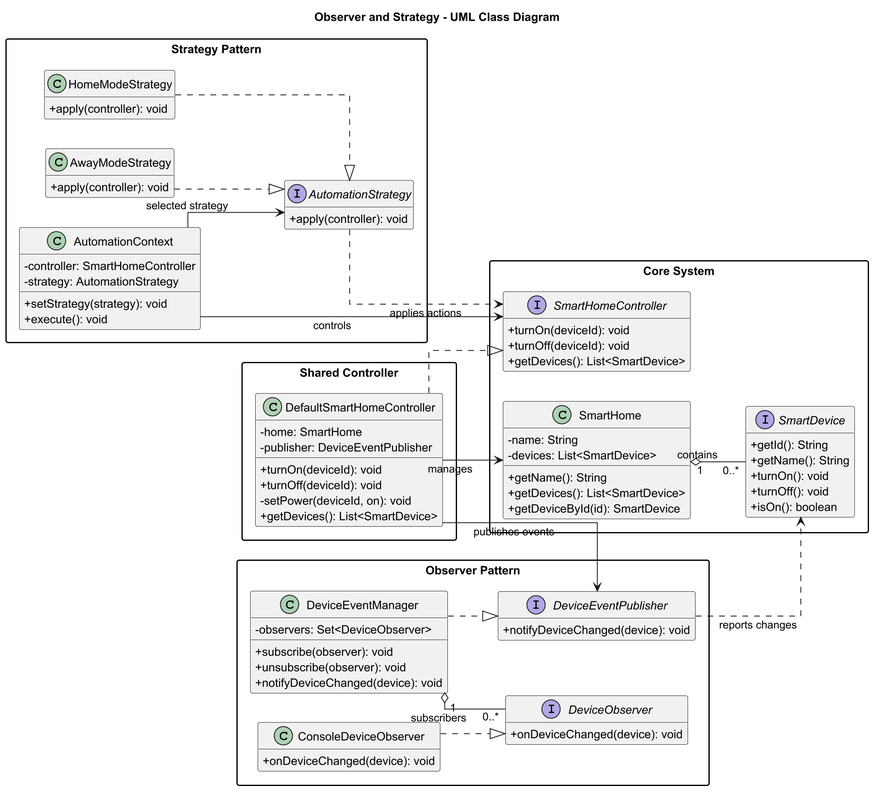
Madi-Musa/Smart-home-automation keeps this PlantUML diagram as docs/uml/observer-strategy-uml.png. Above is the earlier version. The source it was exported from:
```plantuml
@startuml

title Observer and Strategy - UML Class Diagram

left to right direction
scale 2

skinparam classAttributeIconSize 0
skinparam packageStyle rectangle
skinparam linetype ortho
hide empty members

package "Core System" {

    interface SmartDevice {
        +getId(): String
        +getName(): String
        +turnOn(): void
        +turnOff(): void
        +isOn(): boolean
    }

    class SmartHome {
        -name: String
        -devices: List<SmartDevice>
        +getName(): String
        +getDevices(): List<SmartDevice>
        +getDeviceById(id): SmartDevice
    }

    interface SmartHomeController {
        +turnOn(deviceId): void
        +turnOff(deviceId): void
        +getDevices(): List<SmartDevice>
    }
}

package "Observer Pattern" {

    interface DeviceObserver {
        +onDeviceChanged(device): void
    }

    interface DeviceEventPublisher {
        +notifyDeviceChanged(device): void
    }

    class DeviceEventManager {
        -observers: Set<DeviceObserver>
        +subscribe(observer): void
        +unsubscribe(observer): void
        +notifyDeviceChanged(device): void
    }

    class ConsoleDeviceObserver {
        +onDeviceChanged(device): void
    }
}

package "Shared Controller" {

    class DefaultSmartHomeController {
        -home: SmartHome
        -publisher: DeviceEventPublisher
        +turnOn(deviceId): void
        +turnOff(deviceId): void
        -setPower(deviceId, on): void
        +getDevices(): List<SmartDevice>
    }
}

package "Strategy Pattern" {

    interface AutomationStrategy {
        +apply(controller): void
    }

    class HomeModeStrategy {
        +apply(controller): void
    }

    class AwayModeStrategy {
        +apply(controller): void
    }

    class AutomationContext {
        -controller: SmartHomeController
        -strategy: AutomationStrategy
        +setStrategy(strategy): void
        +execute(): void
    }
}

SmartHome "1" o-- "0..*" SmartDevice : contains

DeviceEventManager ..|> DeviceEventPublisher
ConsoleDeviceObserver ..|> DeviceObserver

DeviceEventManager "1" o-- "0..*" DeviceObserver : subscribers

DefaultSmartHomeController ..|> SmartHomeController

DefaultSmartHomeController --> SmartHome : manages
DefaultSmartHomeController --> DeviceEventPublisher : publishes events

DeviceEventPublisher ..> SmartDevice : reports changes

HomeModeStrategy ..|> AutomationStrategy
AwayModeStrategy ..|> AutomationStrategy

AutomationContext --> AutomationStrategy : selected strategy
AutomationContext --> SmartHomeController : controls

AutomationStrategy ..> SmartHomeController : applies actions

@enduml
```
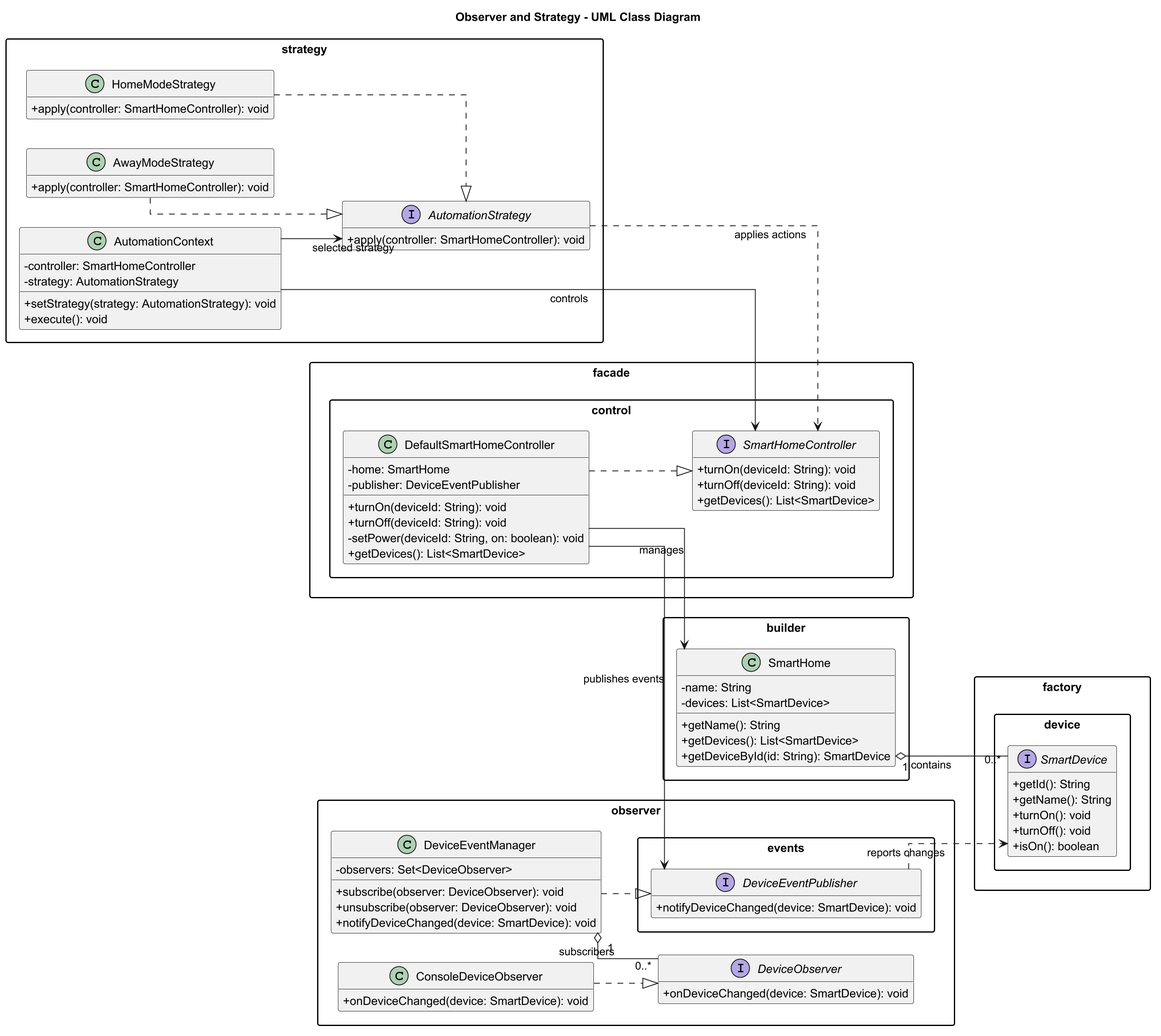
Later version of the same file.

Change to the diagram source:
```diff
@@ -10,100 +10,116 @@
 skinparam linetype ortho
 hide empty members
 
-package "Core System" {
+package "factory" {
 
-    interface SmartDevice {
-        +getId(): String
-        +getName(): String
-        +turnOn(): void
-        +turnOff(): void
-        +isOn(): boolean
+    package "device" {
+
+        interface SmartDevice {
+            +getId(): String
+            +getName(): String
+            +turnOn(): void
+            +turnOff(): void
+            +isOn(): boolean
+        }
     }
+}
+
+package "builder" {
 
     class SmartHome {
         -name: String
         -devices: List<SmartDevice>
         +getName(): String
         +getDevices(): List<SmartDevice>
-        +getDeviceById(id): SmartDevice
-    }
-
-    interface SmartHomeController {
-        +turnOn(deviceId): void
-        +turnOff(deviceId): void
-        +getDevices(): List<SmartDevice>
+        +getDeviceById(id: String): SmartDevice
     }
 }
 
-package "Observer Pattern" {
+package "facade" {
+
+    package "control" {
+
+        interface SmartHomeController {
+            +turnOn(deviceId: String): void
+            +turnOff(deviceId: String): void
+            +getDevices(): List<SmartDevice>
+        }
+
+        class DefaultSmartHomeController {
+            -home: SmartHome
+            -publisher: DeviceEventPublisher
+            +turnOn(deviceId: String): void
+            +turnOff(deviceId: String): void
+            -setPower(deviceId: String, on: boolean): void
+            +getDevices(): List<SmartDevice>
+        }
+    }
+}
+
+package "observer" {
 
     interface DeviceObserver {
-        +onDeviceChanged(device): void
-    }
-
-    interface DeviceEventPublisher {
-        +notifyDeviceChanged(device): void
+        +onDeviceChanged(device: SmartDevice): void
     }
 
     class DeviceEventManager {
         -observers: Set<DeviceObserver>
-        +subscribe(observer): void
-        +unsubscribe(observer): void
-        +notifyDeviceChanged(device): void
+        +subscribe(observer: DeviceObserver): void
+        +unsubscribe(observer: DeviceObserver): void
+        +notifyDeviceChanged(device: SmartDevice): void
     }
 
     class ConsoleDeviceObserver {
-        +onDeviceChanged(device): void
+        +onDeviceChanged(device: SmartDevice): void
+    }
+
+    package "events" {
+
+        interface DeviceEventPublisher {
+            +notifyDeviceChanged(device: SmartDevice): void
+        }
     }
 }
 
-package "Shared Controller" {
-
-    class DefaultSmartHomeController {
-        -home: SmartHome
-        -publisher: DeviceEventPublisher
-        +turnOn(deviceId): void
-        +turnOff(deviceId): void
-        -setPower(deviceId, on): void
-        +getDevices(): List<SmartDevice>
-    }
-}
-
-package "Strategy Pattern" {
+package "strategy" {
 
     interface AutomationStrategy {
-        +apply(controller): void
+        +apply(controller: SmartHomeController): void
     }
 
     class HomeModeStrategy {
-        +apply(controller): void
+        +apply(controller: SmartHomeController): void
     }
 
     class AwayModeStrategy {
-        +apply(controller): void
+        +apply(controller: SmartHomeController): void
     }
 
     class AutomationContext {
         -controller: SmartHomeController
         -strategy: AutomationStrategy
-        +setStrategy(strategy): void
+        +setStrategy(strategy: AutomationStrategy): void
         +execute(): void
     }
 }
 
+
 SmartHome "1" o-- "0..*" SmartDevice : contains
+
+
+DefaultSmartHomeController ..|> SmartHomeController
+
+DefaultSmartHomeController --> SmartHome : manages
+DefaultSmartHomeController --> DeviceEventPublisher : publishes events
+
 
 DeviceEventManager ..|> DeviceEventPublisher
 ConsoleDeviceObserver ..|> DeviceObserver
 
 DeviceEventManager "1" o-- "0..*" DeviceObserver : subscribers
 
-DefaultSmartHomeController ..|> SmartHomeController
+DeviceEventPublisher ..> SmartDevice : reports changes
 
-DefaultSmartHomeController --> SmartHome : manages
-DefaultSmartHomeController --> DeviceEventPublisher : publishes events
-
-DeviceEventPublisher ..> SmartDevice : reports changes
 
 HomeModeStrategy ..|> AutomationStrategy
 AwayModeStrategy ..|> AutomationStrategy
```
